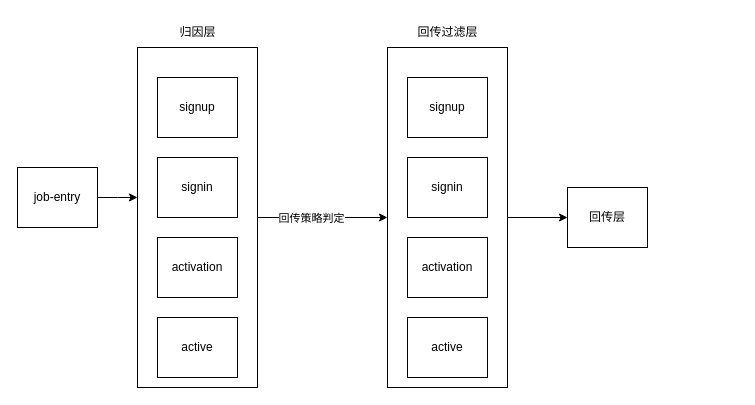
Earlier version of the draw.io diagram filter 流程.drawio (LiErhua/draw.io). Source tidied: cells renumbered, new cells numbered last; positions are measured from the earlier drawing's top-left corner, leaving out a move shared by most shapes. Both pictures are drawn from the tidied source at 100%, with x=0, y=0 at pixel (17, 17).
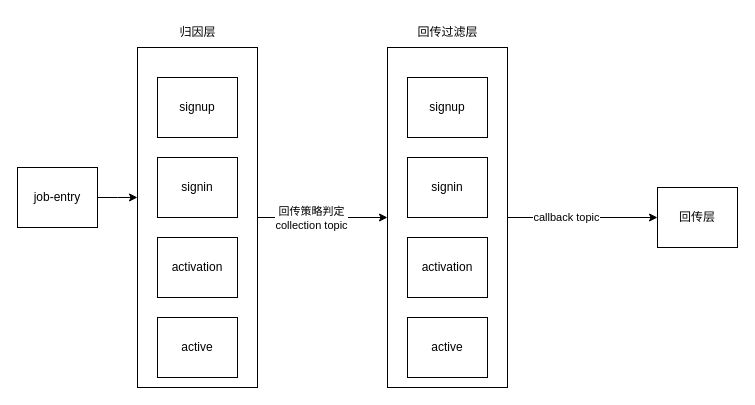
The same page after the edit.

The change refers to these unchanged cells:
```xml
<mxCell id="4" style="edgeStyle=orthogonalEdgeStyle;rounded=0;jettySize=auto;html=1;entryX=0;entryY=0.5;entryDx=0;entryDy=0;" parent="1" edge="1" source="6" target="13">
  <mxGeometry relative="1" as="geometry" />
</mxCell>
<mxCell id="20" style="edgeStyle=orthogonalEdgeStyle;rounded=0;jettySize=auto;html=1;entryX=0;entryY=0.5;entryDx=0;entryDy=0;" parent="1" edge="1" source="13" target="19">
  <mxGeometry relative="1" as="geometry" />
</mxCell>
```

Diff of the diagram source:
```diff
@@
-    <mxCell id="5" value="回传策略判定" style="edgeLabel;html=1;align=center;verticalAlign=middle;" parent="4" vertex="1">
+    <mxCell id="5" value="回传策略判定&lt;br&gt;collection topic" style="edgeLabel;html=1;align=center;verticalAlign=middle;" parent="4" vertex="1">
       <mxGeometry x="-0.18" relative="1" as="geometry" />
     </mxCell>
@@
     <mxCell id="19" value="回传层" style="rounded=0;whiteSpace=wrap;html=1;" parent="1" vertex="1">
-      <mxGeometry x="550" y="170" width="80" height="60" as="geometry" />
+      <mxGeometry x="640" y="170" width="80" height="60" as="geometry" />
     </mxCell>
@@
+    <mxCell id="21" value="callback topic" style="edgeLabel;html=1;align=center;verticalAlign=middle;" parent="20" vertex="1">
+      <mxGeometry x="-0.23" y="1" relative="1" as="geometry" />
+    </mxCell>
```
